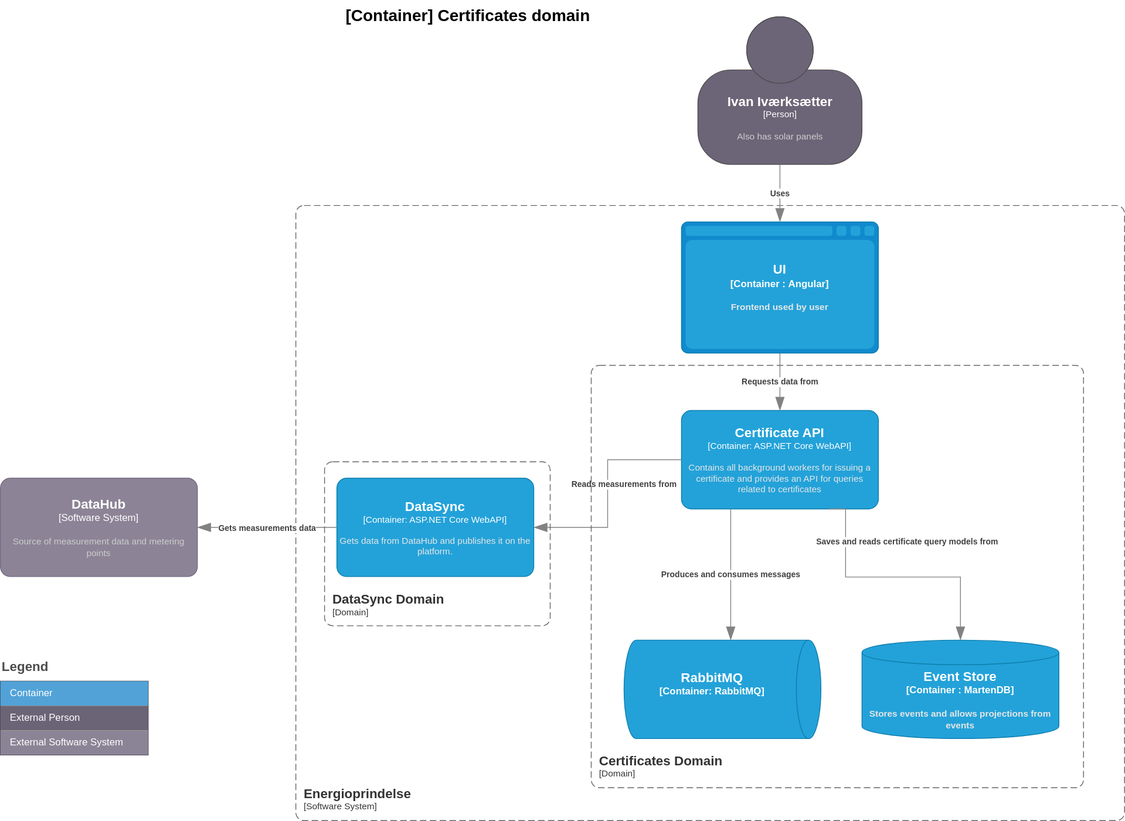
Energinet-DataHub/energy-origin keeps this draw.io diagram as doc/architecture/diagrams/certificates.current.container.drawio.svg. Above is the earlier version. Source tidied: cells renumbered, new cells last; positions are measured from the earlier drawing's top-left corner, leaving out a move shared by most shapes.
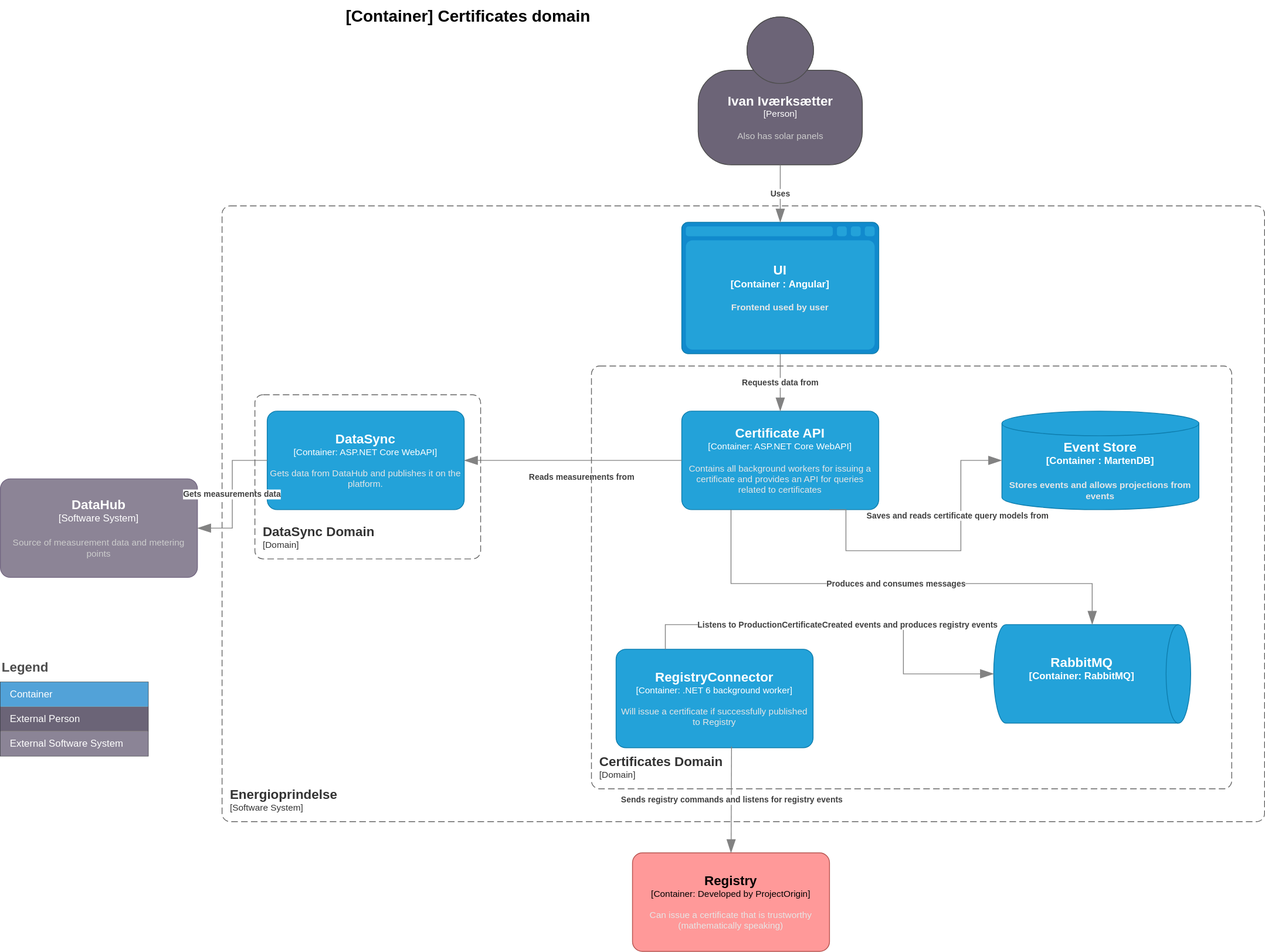
Above is the later version.

Diff of the diagram source:
```diff
@@ -4,7 +4,7 @@
     <mxCell id="1" parent="0" />
     <object id="2" label="&lt;font style=&quot;font-size: 16px&quot;&gt;&lt;b&gt;&lt;div style=&quot;text-align: left&quot;&gt;%c4Name%&lt;/div&gt;&lt;/b&gt;&lt;/font&gt;&lt;div style=&quot;text-align: left&quot;&gt;[%c4Application%]&lt;/div&gt;" c4Application="Software System" c4Name="Energioprindelse" c4Type="SystemScopeBoundary" placeholders="1">
       <mxCell style="rounded=1;fontSize=11;whiteSpace=wrap;html=1;dashed=1;arcSize=20;fillColor=none;strokeColor=#666666;fontColor=#333333;labelBackgroundColor=none;align=left;verticalAlign=bottom;labelBorderColor=none;spacingTop=0;spacing=10;dashPattern=8 4;perimeter=rectanglePerimeter;noLabel=0;labelPadding=0;absoluteArcSize=1;" parent="1" vertex="1">
-        <mxGeometry x="360" y="250" width="1010" height="750" as="geometry" />
+        <mxGeometry x="270" y="250" width="1270" height="750" as="geometry" />
       </mxCell>
     </object>
     <object id="3" label="&lt;font style=&quot;font-size: 16px&quot;&gt;&lt;b&gt;%c4Name%&lt;/b&gt;&lt;/font&gt;&lt;div&gt;[%c4Type%: %c4Technology%]&lt;/div&gt;&lt;br&gt;&lt;div&gt;&lt;font style=&quot;font-size: 11px&quot;&gt;&lt;font color=&quot;#E6E6E6&quot;&gt;%c4Description%&lt;/font&gt;&lt;/div&gt;" c4Description="Contains all background workers for issuing a certificate and provides an API for queries related to certificates" c4Name="Certificate API" c4Technology="ASP.NET Core WebAPI" c4Type="Container" placeholders="1">
@@ -14,7 +14,7 @@
     </object>
     <object id="4" label="&lt;font style=&quot;font-size: 16px&quot;&gt;&lt;b&gt;%c4Type%&lt;/font&gt;&lt;div&gt;[%c4Container%:&amp;nbsp;%c4Technology%]&lt;/div&gt;&lt;br&gt;&lt;div&gt;&lt;font style=&quot;font-size: 11px&quot;&gt;&lt;font color=&quot;#E6E6E6&quot;&gt;%c4Description%&lt;/font&gt;&lt;/div&gt;" c4Container="Container " c4Description="Stores events and allows projections from events" c4Technology="MartenDB" c4Type="Event Store" placeholders="1">
       <mxCell style="shape=cylinder3;size=15;whiteSpace=wrap;html=1;boundedLbl=1;rounded=0;labelBackgroundColor=none;fillColor=#23A2D9;fontSize=12;fontColor=#ffffff;align=center;strokeColor=#0E7DAD;points=[[0.5,0,0],[1,0.25,0],[1,0.5,0],[1,0.75,0],[0.5,1,0],[0,0.75,0],[0,0.5,0],[0,0.25,0]];" parent="1" vertex="1">
-        <mxGeometry x="1050" y="780" width="240" height="120" as="geometry" />
+        <mxGeometry x="1220" y="500" width="240" height="120" as="geometry" />
       </mxCell>
     </object>
     <object id="5" label="&lt;div style=&quot;text-align: left&quot;&gt;&lt;div style=&quot;text-align: center&quot;&gt;&lt;b&gt;%c4Description%&lt;/b&gt;&lt;/div&gt;" c4Description="Reads measurements from" c4Type="Relationship" placeholders="1">
@@ -23,13 +23,14 @@
       </mxCell>
     </object>
     <object id="6" label="&lt;div style=&quot;text-align: left&quot;&gt;&lt;div style=&quot;text-align: center&quot;&gt;&lt;b&gt;%c4Description%&lt;/b&gt;&lt;/div&gt;" c4Description="Saves and reads certificate query models from" c4Type="Relationship" placeholders="1">
-      <mxCell style="endArrow=blockThin;html=1;fontSize=10;fontColor=#404040;strokeWidth=1;endFill=1;strokeColor=#828282;elbow=vertical;endSize=14;startSize=14;jumpStyle=arc;jumpSize=16;rounded=0;edgeStyle=orthogonalEdgeStyle;entryX=0.5;entryY=0;entryDx=0;entryDy=0;entryPerimeter=0;" parent="1" edge="1" target="4">
+      <mxCell style="endArrow=blockThin;html=1;fontSize=10;fontColor=#404040;strokeWidth=1;endFill=1;strokeColor=#828282;elbow=vertical;endSize=14;startSize=14;jumpStyle=arc;jumpSize=16;rounded=0;edgeStyle=orthogonalEdgeStyle;" parent="1" edge="1" target="4">
         <mxGeometry x="0.11" y="43" relative="1" as="geometry">
           <mxPoint x="1010" y="620" as="sourcePoint" />
           <Array as="points">
             <mxPoint x="1030" y="620" />
-            <mxPoint x="1030" y="703" />
-            <mxPoint x="1170" y="703" />
+            <mxPoint x="1030" y="670" />
+            <mxPoint x="1170" y="670" />
+            <mxPoint x="1170" y="560" />
           </Array>
         </mxGeometry>
       </mxCell>
@@ -61,7 +62,7 @@
     </object>
     <object id="12" label="&lt;font style=&quot;font-size: 16px&quot;&gt;&lt;b&gt;%c4Name%&lt;/b&gt;&lt;/font&gt;&lt;div&gt;[%c4Type%: %c4Technology%]&lt;/div&gt;&lt;br&gt;&lt;div&gt;&lt;font style=&quot;font-size: 11px&quot;&gt;&lt;font color=&quot;#E6E6E6&quot;&gt;%c4Description%&lt;/font&gt;&lt;/div&gt;" c4Description="Gets data from DataHub and publishes it on the platform." c4Name="DataSync" c4Technology="ASP.NET Core WebAPI" c4Type="Container" placeholders="1">
       <mxCell style="rounded=1;whiteSpace=wrap;html=1;fontSize=11;labelBackgroundColor=none;fillColor=#23A2D9;fontColor=#ffffff;align=center;arcSize=10;strokeColor=#0E7DAD;points=[[0.25,0,0],[0.5,0,0],[0.75,0,0],[1,0.25,0],[1,0.5,0],[1,0.75,0],[0.75,1,0],[0.5,1,0],[0.25,1,0],[0,0.75,0],[0,0.5,0],[0,0.25,0]];" parent="1" vertex="1">
-        <mxGeometry x="410" y="582.5" width="240" height="120" as="geometry" />
+        <mxGeometry x="325" y="500" width="240" height="120" as="geometry" />
       </mxCell>
     </object>
     <object id="13" label="&lt;div style=&quot;text-align: left&quot;&gt;&lt;div style=&quot;text-align: center&quot;&gt;&lt;b&gt;%c4Description%&lt;/b&gt;&lt;/div&gt;" c4Description="Gets measurements data" c4Type="Relationship" placeholders="1">
@@ -86,7 +87,7 @@
     </mxCell>
     <object id="19" label="&lt;font style=&quot;font-size: 16px&quot;&gt;&lt;b&gt;&lt;div style=&quot;text-align: left&quot;&gt;%c4Name%&lt;/div&gt;&lt;/b&gt;&lt;/font&gt;&lt;div style=&quot;text-align: left&quot;&gt;[%c4Application%]&lt;/div&gt;" c4Application="Domain" c4Name="Certificates Domain" c4Type="SystemScopeBoundary" placeholders="1">
       <mxCell style="rounded=1;fontSize=11;whiteSpace=wrap;html=1;dashed=1;arcSize=20;fillColor=none;strokeColor=#666666;fontColor=#333333;labelBackgroundColor=none;align=left;verticalAlign=bottom;labelBorderColor=none;spacingTop=0;spacing=10;dashPattern=8 4;perimeter=rectanglePerimeter;noLabel=0;labelPadding=0;absoluteArcSize=1;" parent="1" vertex="1">
-        <mxGeometry x="720" y="445" width="600" height="515" as="geometry" />
+        <mxGeometry x="720" y="445" width="780" height="515" as="geometry" />
       </mxCell>
     </object>
     <object id="20" label="&lt;div style=&quot;text-align: left&quot;&gt;&lt;div style=&quot;text-align: center&quot;&gt;&lt;b&gt;%c4Description%&lt;/b&gt;&lt;/div&gt;" c4Description="Uses" c4Type="Relationship" placeholders="1">
@@ -96,20 +97,50 @@
     </object>
     <object id="21" label="&lt;font style=&quot;font-size: 16px&quot;&gt;&lt;b&gt;&lt;div style=&quot;text-align: left&quot;&gt;%c4Name%&lt;/div&gt;&lt;/b&gt;&lt;/font&gt;&lt;div style=&quot;text-align: left&quot;&gt;[%c4Application%]&lt;/div&gt;" c4Application="Domain" c4Name="DataSync Domain" c4Type="SystemScopeBoundary" placeholders="1">
       <mxCell style="rounded=1;fontSize=11;whiteSpace=wrap;html=1;dashed=1;arcSize=20;fillColor=none;strokeColor=#666666;fontColor=#333333;labelBackgroundColor=none;align=left;verticalAlign=bottom;labelBorderColor=none;spacingTop=0;spacing=10;dashPattern=8 4;perimeter=rectanglePerimeter;noLabel=0;labelPadding=0;absoluteArcSize=1;" parent="1" vertex="1">
-        <mxGeometry x="395" y="562.5" width="275" height="200" as="geometry" />
+        <mxGeometry x="310" y="480" width="275" height="200" as="geometry" />
       </mxCell>
     </object>
     <object id="22" label="&lt;font style=&quot;font-size: 16px&quot;&gt;&lt;b&gt;%c4Type%&lt;/font&gt;&lt;div&gt;[%c4Container%:&amp;nbsp;%c4Technology%]&lt;/div&gt;&lt;br&gt;&lt;div&gt;&lt;font style=&quot;font-size: 11px&quot;&gt;&lt;font color=&quot;#E6E6E6&quot;&gt;%c4Description%&lt;/font&gt;&lt;/div&gt;" c4Container="Container" c4Description="" c4Technology="RabbitMQ" c4Type="RabbitMQ" placeholders="1">
       <mxCell style="shape=cylinder3;size=15;direction=south;whiteSpace=wrap;html=1;boundedLbl=1;rounded=0;labelBackgroundColor=none;fillColor=#23A2D9;fontSize=12;fontColor=#ffffff;align=center;strokeColor=#0E7DAD;points=[[0.5,0,0],[1,0.25,0],[1,0.5,0],[1,0.75,0],[0.5,1,0],[0,0.75,0],[0,0.5,0],[0,0.25,0]];" parent="1" vertex="1">
-        <mxGeometry x="760" y="780" width="240" height="120" as="geometry" />
+        <mxGeometry x="1210" y="760" width="240" height="120" as="geometry" />
       </mxCell>
     </object>
     <object id="23" label="&lt;div style=&quot;text-align: left&quot;&gt;&lt;div style=&quot;text-align: center&quot;&gt;&lt;b&gt;%c4Description%&lt;/b&gt;&lt;/div&gt;" c4Description="Produces and consumes messages " c4Type="Relationship" placeholders="1">
-      <mxCell style="endArrow=blockThin;html=1;fontSize=10;fontColor=#404040;strokeWidth=1;endFill=1;strokeColor=#828282;elbow=vertical;endSize=14;startSize=14;jumpStyle=arc;jumpSize=16;rounded=0;edgeStyle=orthogonalEdgeStyle;exitX=0.25;exitY=1;exitDx=0;exitDy=0;exitPerimeter=0;" parent="1" edge="1" source="3">
+      <mxCell style="endArrow=blockThin;html=1;fontSize=10;fontColor=#404040;strokeWidth=1;endFill=1;strokeColor=#828282;elbow=vertical;endSize=14;startSize=14;jumpStyle=arc;jumpSize=16;rounded=0;edgeStyle=orthogonalEdgeStyle;exitX=0.25;exitY=1;exitDx=0;exitDy=0;exitPerimeter=0;entryX=0;entryY=0.5;entryDx=0;entryDy=0;entryPerimeter=0;" parent="1" edge="1" source="3" target="22">
         <mxGeometry relative="1" as="geometry">
-          <mxPoint x="890" y="780" as="targetPoint" />
+          <Array as="points">
+            <mxPoint x="890" y="710" />
+            <mxPoint x="1330" y="710" />
+          </Array>
         </mxGeometry>
       </mxCell>
     </object>
+    <object id="24" label="&lt;font style=&quot;font-size: 16px&quot;&gt;&lt;b&gt;%c4Name%&lt;/b&gt;&lt;/font&gt;&lt;div&gt;[%c4Type%: %c4Technology%]&lt;/div&gt;&lt;br&gt;&lt;div&gt;&lt;font style=&quot;font-size: 11px&quot;&gt;&lt;font color=&quot;#E6E6E6&quot;&gt;%c4Description%&lt;/font&gt;&lt;/div&gt;" c4Description="Will issue a certificate if successfully published to Registry" c4Name="RegistryConnector" c4Technology=".NET 6 background worker" c4Type="Container" placeholders="1">
+      <mxCell style="rounded=1;whiteSpace=wrap;html=1;fontSize=11;labelBackgroundColor=none;fillColor=#23A2D9;fontColor=#ffffff;align=center;arcSize=10;strokeColor=#0E7DAD;points=[[0.25,0,0],[0.5,0,0],[0.75,0,0],[1,0.25,0],[1,0.5,0],[1,0.75,0],[0.75,1,0],[0.5,1,0],[0.25,1,0],[0,0.75,0],[0,0.5,0],[0,0.25,0]];" parent="1" vertex="1">
+        <mxGeometry x="750" y="790" width="240" height="120" as="geometry" />
+      </mxCell>
+    </object>
+    <object id="25" label="&lt;div style=&quot;text-align: left&quot;&gt;&lt;div style=&quot;text-align: center&quot;&gt;&lt;b&gt;%c4Description%&lt;/b&gt;&lt;/div&gt;" c4Description="Listens to ProductionCertificateCreated events  and produces registry events" c4Type="Relationship" placeholders="1">
+      <mxCell style="endArrow=blockThin;html=1;fontSize=10;fontColor=#404040;strokeWidth=1;endFill=1;strokeColor=#828282;elbow=vertical;endSize=14;startSize=14;jumpStyle=arc;jumpSize=16;rounded=0;edgeStyle=orthogonalEdgeStyle;exitX=0.25;exitY=0;exitDx=0;exitDy=0;exitPerimeter=0;entryX=0.5;entryY=1;entryDx=0;entryDy=0;entryPerimeter=0;" parent="1" edge="1" source="24" target="22">
+        <mxGeometry x="0.02" relative="1" as="geometry">
+          <Array as="points">
+            <mxPoint x="810" y="760" />
+            <mxPoint x="1100" y="760" />
+            <mxPoint x="1100" y="820" />
+          </Array>
+          <mxPoint x="1" as="offset" />
+        </mxGeometry>
+      </mxCell>
+    </object>
+    <object id="26" label="&lt;div style=&quot;text-align: left&quot;&gt;&lt;div style=&quot;text-align: center&quot;&gt;&lt;b&gt;%c4Description%&lt;/b&gt;&lt;/div&gt;" c4Description="Sends registry commands and listens for registry events" c4Type="Relationship" placeholders="1">
+      <mxCell style="endArrow=blockThin;html=1;fontSize=10;fontColor=#404040;strokeWidth=1;endFill=1;strokeColor=#828282;elbow=vertical;endSize=14;startSize=14;jumpStyle=arc;jumpSize=16;rounded=0;edgeStyle=orthogonalEdgeStyle;exitX=0.586;exitY=0.987;exitDx=0;exitDy=0;exitPerimeter=0;entryX=0.5;entryY=0;entryDx=0;entryDy=0;entryPerimeter=0;" parent="1" edge="1" source="24" target="27">
+        <mxGeometry relative="1" as="geometry" />
+      </mxCell>
+    </object>
+    <object id="27" label="&lt;font style=&quot;font-size: 16px&quot;&gt;&lt;b&gt;%c4Name%&lt;/b&gt;&lt;/font&gt;&lt;div&gt;[%c4Type%: %c4Technology%]&lt;/div&gt;&lt;br&gt;&lt;div&gt;&lt;font style=&quot;font-size: 11px&quot;&gt;&lt;font color=&quot;#E6E6E6&quot;&gt;%c4Description%&lt;/font&gt;&lt;/div&gt;" c4Description="Can issue a certificate that is trustworthy (mathematically speaking)" c4Name="Registry" c4Technology="Developed by ProjectOrigin" c4Type="Container" placeholders="1">
+      <mxCell style="rounded=1;whiteSpace=wrap;html=1;fontSize=11;labelBackgroundColor=none;fillColor=#FF9999;align=center;arcSize=10;strokeColor=#b85450;points=[[0.25,0,0],[0.5,0,0],[0.75,0,0],[1,0.25,0],[1,0.5,0],[1,0.75,0],[0.75,1,0],[0.5,1,0],[0.25,1,0],[0,0.75,0],[0,0.5,0],[0,0.25,0]];" parent="1" vertex="1">
+        <mxGeometry x="770" y="1038" width="240" height="120" as="geometry" />
+      </mxCell>
+    </object>
   </root>
 </mxGraphModel>
```
